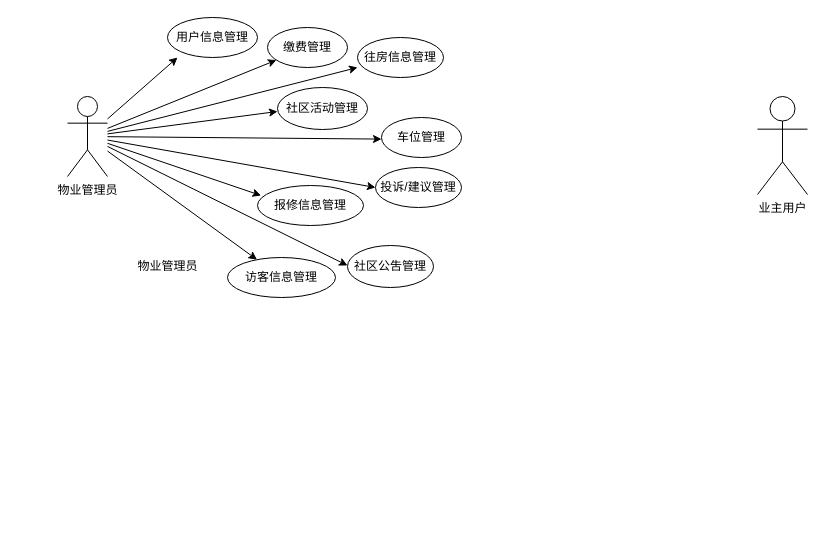
This is projectfiles/uml/安居小区物业管理系统.drawio from KuChanMaster/PropertiesManager, a draw.io file, before an edit. Source tidied: cells renumbered, new cells numbered last; positions are measured from the earlier drawing's top-left corner, leaving out a move shared by most shapes. Both pictures are drawn from the tidied source at 100%, with x=0, y=0 at pixel (67, 17).
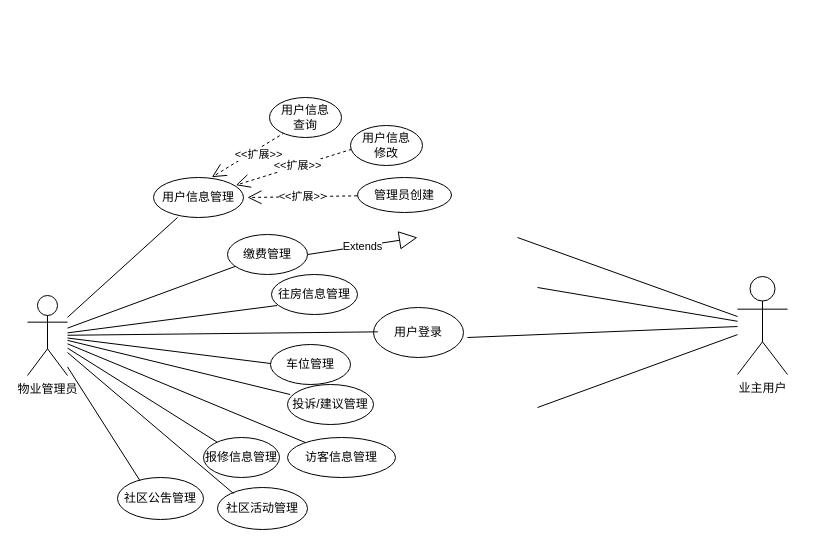
After the change.

Commit message:
更新安居小区物业管理系统.drawio

Change to the diagram source:
```diff
@@
-    <mxCell id="2" value="物业管理员" style="text;html=1;align=center;verticalAlign=middle;strokeColor=none;fillColor=none;" parent="1" vertex="1">
-      <mxGeometry x="60" y="234" width="80" height="30" as="geometry" />
-    </mxCell>
-    <mxCell id="3" style="endArrow=classic;html=1;rounded=0;entryX=0.111;entryY=1;entryDx=0;entryDy=0;entryPerimeter=0;" parent="1" edge="1" source="22" target="4">
-      <mxGeometry relative="1" as="geometry" />
-    </mxCell>
     <mxCell id="4" value="用户信息管理" style="ellipse;whiteSpace=wrap;html=1;" parent="1" vertex="1">
-      <mxGeometry x="100" width="90" height="40" as="geometry" />
+      <mxGeometry x="86" y="160" width="90" height="40" as="geometry" />
     </mxCell>
-    <mxCell id="5" style="endArrow=classic;html=1;rounded=0;entryX=0;entryY=0.75;entryDx=0;entryDy=0;entryPerimeter=0;" parent="1" edge="1" source="22" target="6">
-      <mxGeometry relative="1" as="geometry" />
-    </mxCell>
     <mxCell id="6" value="往房信息管理" style="ellipse;whiteSpace=wrap;html=1;" parent="1" vertex="1">
-      <mxGeometry x="290" y="20" width="86" height="40" as="geometry" />
+      <mxGeometry x="204" y="257" width="86" height="40" as="geometry" />
     </mxCell>
-    <mxCell id="7" style="endArrow=classic;html=1;rounded=0;entryX=0;entryY=0.5;entryDx=0;entryDy=0;entryPerimeter=0;" parent="1" edge="1" source="22" target="8">
-      <mxGeometry relative="1" as="geometry" />
-    </mxCell>
     <mxCell id="8" value="投诉/建议管理" style="ellipse;whiteSpace=wrap;html=1;" parent="1" vertex="1">
-      <mxGeometry x="308" y="150" width="86" height="40" as="geometry" />
+      <mxGeometry x="220" y="367" width="86" height="40" as="geometry" />
     </mxCell>
-    <mxCell id="9" style="endArrow=classic;html=1;rounded=0;entryX=0;entryY=0.54;entryDx=0;entryDy=0;entryPerimeter=0;" parent="1" edge="1" source="22" target="10">
-      <mxGeometry relative="1" as="geometry" />
-    </mxCell>
     <mxCell id="10" value="车位管理" style="ellipse;whiteSpace=wrap;html=1;" parent="1" vertex="1">
-      <mxGeometry x="314" y="100" width="80" height="40" as="geometry" />
+      <mxGeometry x="203" y="327" width="80" height="40" as="geometry" />
     </mxCell>
     <mxCell id="11" value="社区活动管理" style="ellipse;whiteSpace=wrap;html=1;" parent="1" vertex="1">
-      <mxGeometry x="210" y="70" width="90" height="42" as="geometry" />
+      <mxGeometry x="150" y="470" width="90" height="42" as="geometry" />
     </mxCell>
-    <mxCell id="12" style="endArrow=classic;html=1;rounded=0;entryX=0;entryY=0.571;entryDx=0;entryDy=0;entryPerimeter=0;" parent="1" edge="1" source="22" target="11">
-      <mxGeometry relative="1" as="geometry" />
-    </mxCell>
-    <mxCell id="13" style="endArrow=classic;html=1;rounded=0;entryX=0.033;entryY=0.25;entryDx=0;entryDy=0;entryPerimeter=0;" parent="1" edge="1" source="22" target="15">
-      <mxGeometry relative="1" as="geometry" />
-    </mxCell>
-    <mxCell id="14" style="endArrow=classic;html=1;rounded=0;entryX=0;entryY=0.476;entryDx=0;entryDy=0;entryPerimeter=0;" parent="1" edge="1" source="22" target="16">
-      <mxGeometry relative="1" as="geometry" />
-    </mxCell>
     <mxCell id="15" value="报修信息管理" style="ellipse;whiteSpace=wrap;html=1;rotation=0;" parent="1" vertex="1">
-      <mxGeometry x="190" y="168" width="106" height="40" as="geometry" />
+      <mxGeometry x="136" y="420" width="76" height="40" as="geometry" />
     </mxCell>
     <mxCell id="16" value="社区公吿管理" style="ellipse;whiteSpace=wrap;html=1;" parent="1" vertex="1">
-      <mxGeometry x="280" y="228" width="86" height="42" as="geometry" />
+      <mxGeometry x="50" y="460" width="86" height="42" as="geometry" />
     </mxCell>
-    <mxCell id="17" style="endArrow=classic;html=1;rounded=0;" parent="1" edge="1" source="22" target="18">
-      <mxGeometry relative="1" as="geometry" />
-    </mxCell>
     <mxCell id="18" value="访客信息管理" style="ellipse;whiteSpace=wrap;html=1;" parent="1" vertex="1">
-      <mxGeometry x="160" y="240" width="108" height="40" as="geometry" />
+      <mxGeometry x="220" y="420" width="108" height="40" as="geometry" />
     </mxCell>
-    <mxCell id="19" style="endArrow=classic;html=1;rounded=0;" parent="1" edge="1" source="22" target="20">
-      <mxGeometry relative="1" as="geometry" />
-    </mxCell>
     <mxCell id="20" value="缴费管理" style="ellipse;whiteSpace=wrap;html=1;" parent="1" vertex="1">
-      <mxGeometry x="200" y="10" width="80" height="40" as="geometry" />
+      <mxGeometry x="160" y="217" width="80" height="40" as="geometry" />
     </mxCell>
     <mxCell id="21" value="业主用户" style="shape=umlActor;verticalLabelPosition=bottom;verticalAlign=top;html=1;outlineConnect=0;" parent="1" vertex="1">
-      <mxGeometry x="690" y="79" width="50" height="98" as="geometry" />
+      <mxGeometry x="670" y="259" width="50" height="98" as="geometry" />
     </mxCell>
     <mxCell id="22" value="物业管理员" style="shape=umlActor;verticalLabelPosition=bottom;verticalAlign=top;html=1;outlineConnect=0;" parent="1" vertex="1">
-      <mxGeometry y="79" width="40" height="80" as="geometry" />
+      <mxGeometry x="-40" y="278" width="40" height="80" as="geometry" />
     </mxCell>
+    <mxCell id="3" style="endArrow=none;html=1;rounded=0;entryX=0.267;entryY=1;entryDx=0;entryDy=0;entryPerimeter=0;" parent="1" edge="1" source="22" target="4">
+      <mxGeometry relative="1" as="geometry" />
+    </mxCell>
+    <mxCell id="19" style="endArrow=none;html=1;rounded=0;" parent="1" edge="1" source="22" target="20">
+      <mxGeometry relative="1" as="geometry" />
+    </mxCell>
+    <mxCell id="12" style="endArrow=none;html=1;rounded=0;entryX=0.178;entryY=0.143;entryDx=0;entryDy=0;entryPerimeter=0;" parent="1" edge="1" source="22" target="11">
+      <mxGeometry relative="1" as="geometry" />
+    </mxCell>
+    <mxCell id="5" style="endArrow=none;html=1;rounded=0;entryX=0.066;entryY=0.775;entryDx=0;entryDy=0;entryPerimeter=0;" parent="1" edge="1" source="22" target="6">
+      <mxGeometry relative="1" as="geometry" />
+    </mxCell>
+    <mxCell id="9" style="endArrow=none;html=1;rounded=0;entryX=0;entryY=0.475;entryDx=0;entryDy=0;entryPerimeter=0;" parent="1" edge="1" source="22" target="10">
+      <mxGeometry relative="1" as="geometry" />
+    </mxCell>
+    <mxCell id="13" style="endArrow=none;html=1;rounded=0;" parent="1" edge="1" source="22" target="15">
+      <mxGeometry relative="1" as="geometry" />
+    </mxCell>
+    <mxCell id="7" style="endArrow=none;html=1;rounded=0;entryX=0.031;entryY=0.25;entryDx=0;entryDy=0;entryPerimeter=0;" parent="1" edge="1" source="22" target="8">
+      <mxGeometry relative="1" as="geometry" />
+    </mxCell>
+    <mxCell id="17" style="endArrow=none;html=1;rounded=0;" parent="1" edge="1" source="22" target="18">
+      <mxGeometry relative="1" as="geometry" />
+    </mxCell>
+    <mxCell id="23" style="endArrow=none;html=1;rounded=0;" parent="1" edge="1" target="21">
+      <mxGeometry relative="1" as="geometry">
+        <mxPoint x="470" y="270" as="sourcePoint" />
+      </mxGeometry>
+    </mxCell>
+    <mxCell id="24" style="endArrow=none;html=1;rounded=0;" parent="1" edge="1" target="21">
+      <mxGeometry relative="1" as="geometry">
+        <mxPoint x="450" y="220" as="sourcePoint" />
+      </mxGeometry>
+    </mxCell>
+    <mxCell id="25" style="endArrow=none;html=1;rounded=0;exitX=1.044;exitY=0.6;exitDx=0;exitDy=0;exitPerimeter=0;" parent="1" edge="1" source="34" target="21">
+      <mxGeometry relative="1" as="geometry" />
+    </mxCell>
+    <mxCell id="26" style="endArrow=none;html=1;rounded=0;" parent="1" edge="1" target="21">
+      <mxGeometry relative="1" as="geometry">
+        <mxPoint x="470" y="390" as="sourcePoint" />
+      </mxGeometry>
+    </mxCell>
+    <mxCell id="27" value="&amp;lt;&amp;lt;扩展&amp;gt;&amp;gt;" style="endArrow=open;endSize=12;dashed=1;html=1;rounded=0;exitX=0.213;exitY=0.875;exitDx=0;exitDy=0;exitPerimeter=0;entryX=0.648;entryY=-0.008;entryDx=0;entryDy=0;entryPerimeter=0;" parent="1" edge="1" source="28" target="4">
+      <mxGeometry x="-0.22" y="6" relative="1" as="geometry">
+        <mxPoint x="-1" as="offset" />
+      </mxGeometry>
+    </mxCell>
+    <mxCell id="28" value="用户信息&lt;div&gt;查询&lt;/div&gt;" style="ellipse;whiteSpace=wrap;html=1;" parent="1" vertex="1">
+      <mxGeometry x="202" y="80" width="72" height="40" as="geometry" />
+    </mxCell>
+    <mxCell id="29" value="&amp;lt;&amp;lt;扩展&amp;gt;&amp;gt;" style="endArrow=open;endSize=12;dashed=1;html=1;rounded=0;exitX=0.097;exitY=0.55;exitDx=0;exitDy=0;exitPerimeter=0;entryX=0.915;entryY=0.192;entryDx=0;entryDy=0;entryPerimeter=0;" parent="1" edge="1" source="30" target="4">
+      <mxGeometry x="-0.02" relative="1" as="geometry">
+        <mxPoint x="-1" as="offset" />
+      </mxGeometry>
+    </mxCell>
+    <mxCell id="30" value="用户信息&lt;br&gt;&lt;div&gt;修改&lt;/div&gt;" style="ellipse;whiteSpace=wrap;html=1;" parent="1" vertex="1">
+      <mxGeometry x="283" y="108" width="72" height="40" as="geometry" />
+    </mxCell>
+    <mxCell id="31" value="管理员创建&lt;br&gt;&lt;div&gt;&lt;/div&gt;" style="ellipse;whiteSpace=wrap;html=1;" parent="1" vertex="1">
+      <mxGeometry x="290" y="160" width="94" height="35" as="geometry" />
+    </mxCell>
+    <mxCell id="32" value="&amp;lt;&amp;lt;扩展&amp;gt;&amp;gt;" style="endArrow=open;endSize=12;dashed=1;html=1;rounded=0;entryX=1.044;entryY=0.5;entryDx=0;entryDy=0;entryPerimeter=0;exitX=-0.004;exitY=0.524;exitDx=0;exitDy=0;exitPerimeter=0;" parent="1" edge="1" source="31" target="4">
+      <mxGeometry x="-0.02" relative="1" as="geometry">
+        <mxPoint x="-1" as="offset" />
+      </mxGeometry>
+    </mxCell>
+    <mxCell id="33" style="endArrow=none;html=1;rounded=0;exitX=0.26;exitY=0.071;exitDx=0;exitDy=0;exitPerimeter=0;" parent="1" edge="1" source="16" target="22">
+      <mxGeometry relative="1" as="geometry" />
+    </mxCell>
+    <mxCell id="34" value="用户登录" style="ellipse;whiteSpace=wrap;html=1;" parent="1" vertex="1">
+      <mxGeometry x="306" y="290" width="90" height="50" as="geometry" />
+    </mxCell>
+    <mxCell id="35" style="endArrow=none;html=1;rounded=0;entryX=0.048;entryY=0.487;entryDx=0;entryDy=0;entryPerimeter=0;" parent="1" edge="1" source="22" target="34">
+      <mxGeometry relative="1" as="geometry" />
+    </mxCell>
+    <mxCell id="36" value="Extends" style="endArrow=block;endSize=16;endFill=0;html=1;rounded=0;exitX=1.004;exitY=0.5;exitDx=0;exitDy=0;exitPerimeter=0;" parent="1" edge="1" source="20">
+      <mxGeometry relative="1" as="geometry">
+        <mxPoint x="350" y="220" as="targetPoint" />
+      </mxGeometry>
+    </mxCell>
```
